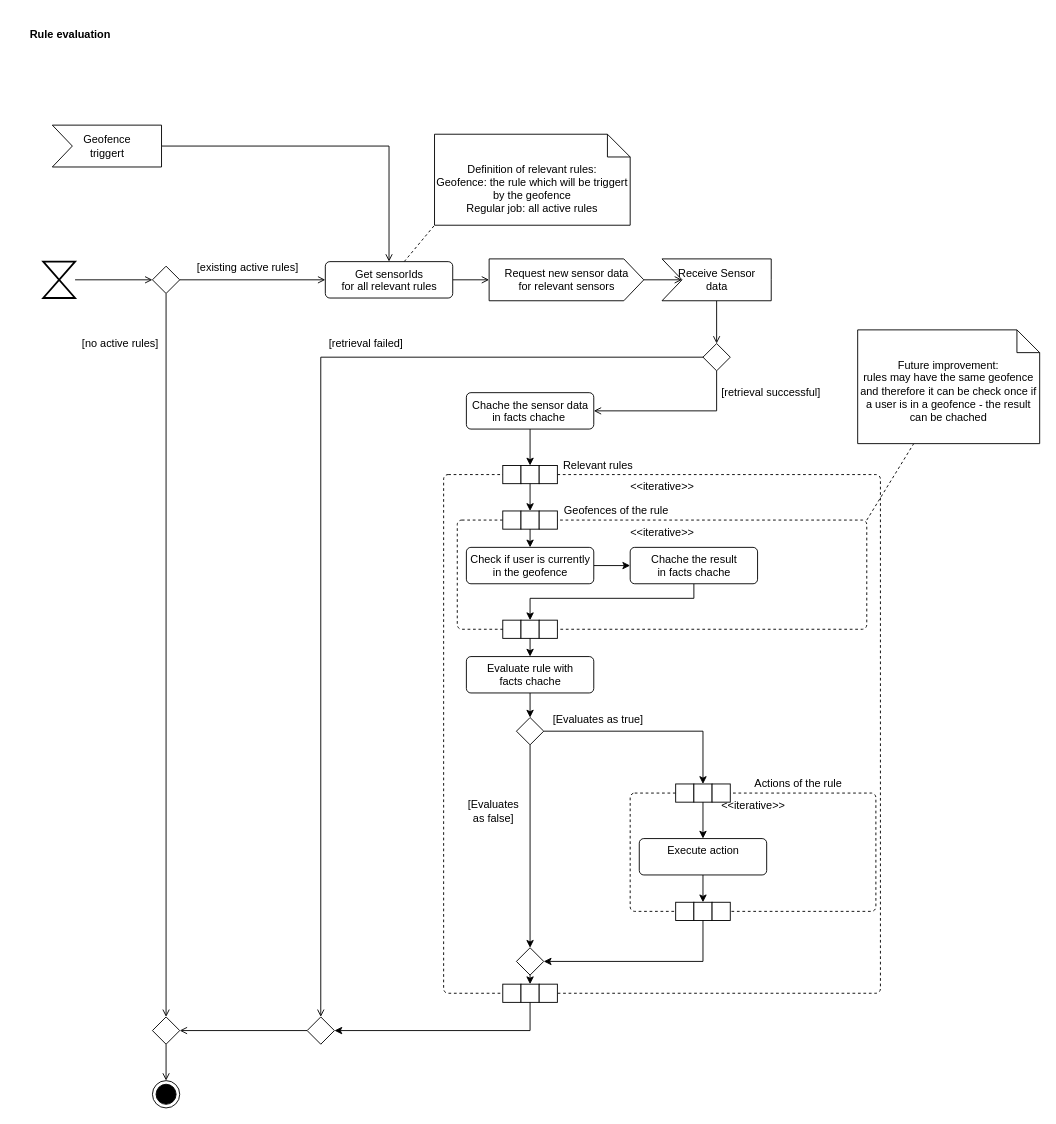
This is ActivityDiagrams/ActivityDiagramRuleEvaluation.drawio from frozzenshooter/LoRaParkAppDocumentation, a draw.io file, before an edit. Source tidied: cells renumbered, new cells numbered last; positions are measured from the earlier drawing's top-left corner, leaving out a move shared by most shapes. Both pictures are drawn from the tidied source at 91%, with x=0, y=0 at pixel (15, 15).
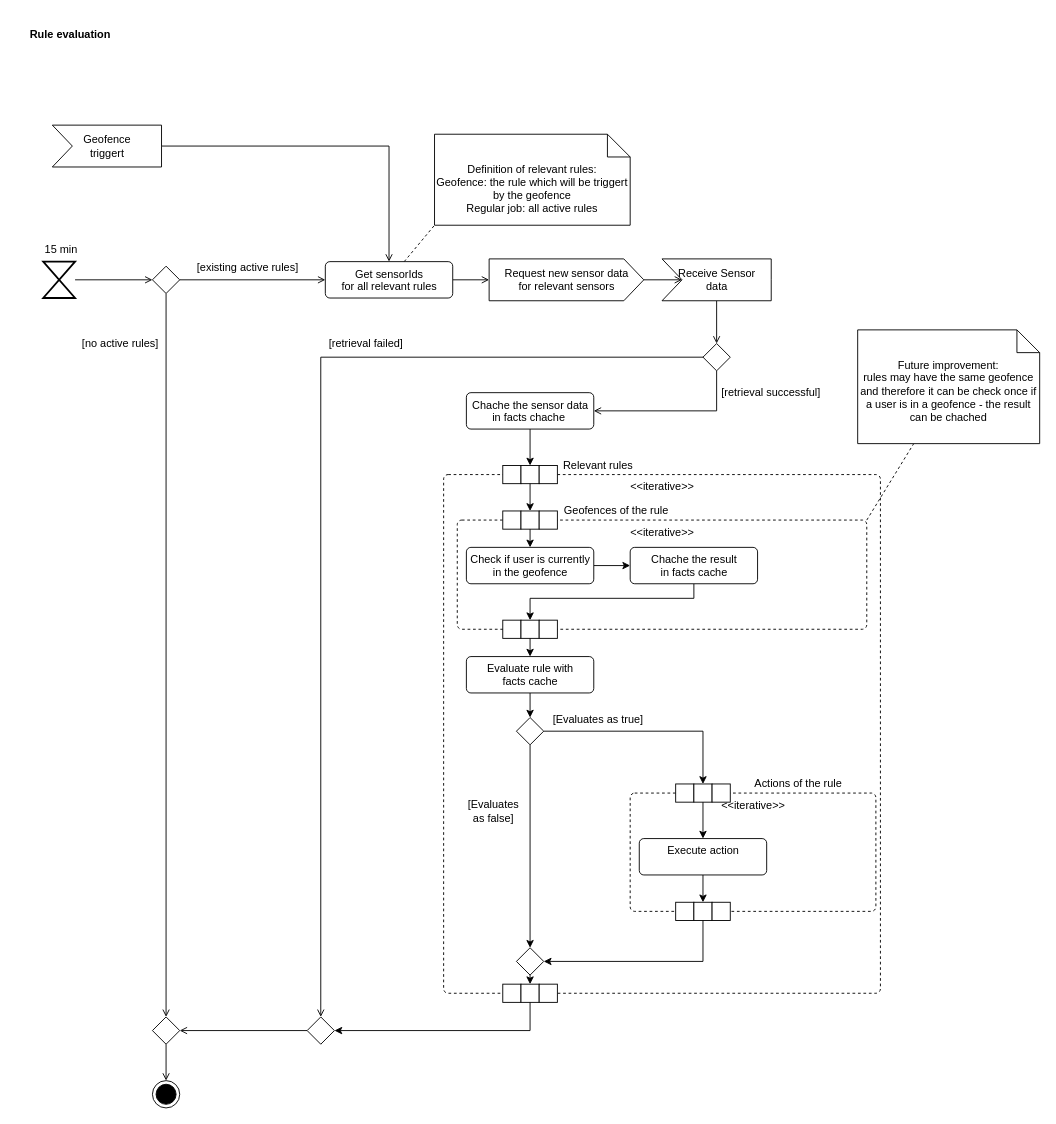
The same diagram, later.

What changed in the source:
```diff
@@
-    <mxCell id="50" value="Chache the result&lt;br&gt;in facts chache" style="html=1;align=center;verticalAlign=top;rounded=1;absoluteArcSize=1;arcSize=10;dashed=0;" parent="1" vertex="1">
+    <mxCell id="50" value="Chache the result&lt;br&gt;in facts cache" style="html=1;align=center;verticalAlign=top;rounded=1;absoluteArcSize=1;arcSize=10;dashed=0;" parent="1" vertex="1">
       <mxGeometry x="675" y="584" width="140" height="40" as="geometry" />
     </mxCell>
@@
-    <mxCell id="52" value="Evaluate rule with&lt;br&gt;facts chache" style="html=1;align=center;verticalAlign=top;rounded=1;absoluteArcSize=1;arcSize=10;dashed=0;" parent="1" vertex="1">
+    <mxCell id="52" value="Evaluate rule with&lt;br&gt;facts cache" style="html=1;align=center;verticalAlign=top;rounded=1;absoluteArcSize=1;arcSize=10;dashed=0;" parent="1" vertex="1">
       <mxGeometry x="495" y="704" width="140" height="40" as="geometry" />
     </mxCell>
@@
+    <mxCell id="85" value="15 min" style="text;html=1;strokeColor=none;fillColor=none;align=center;verticalAlign=middle;whiteSpace=wrap;rounded=0;" parent="1" vertex="1">
+      <mxGeometry x="30" y="247" width="40" height="20" as="geometry" />
+    </mxCell>
```
